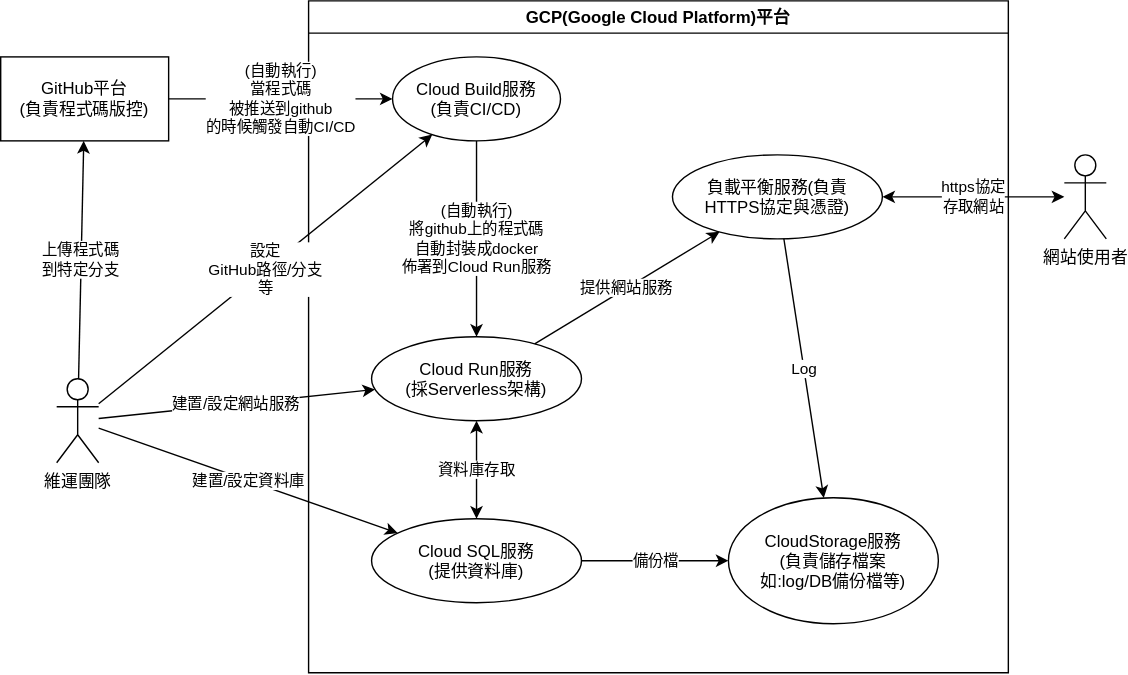
This is GoogleCloud平台相關/GCP平台架構圖.svg from ww90053/tech-notes, a draw.io export, as it was before one commit. Source tidied: cells renumbered, new cells last; positions are measured from the earlier drawing's top-left corner, leaving out a move shared by most shapes.
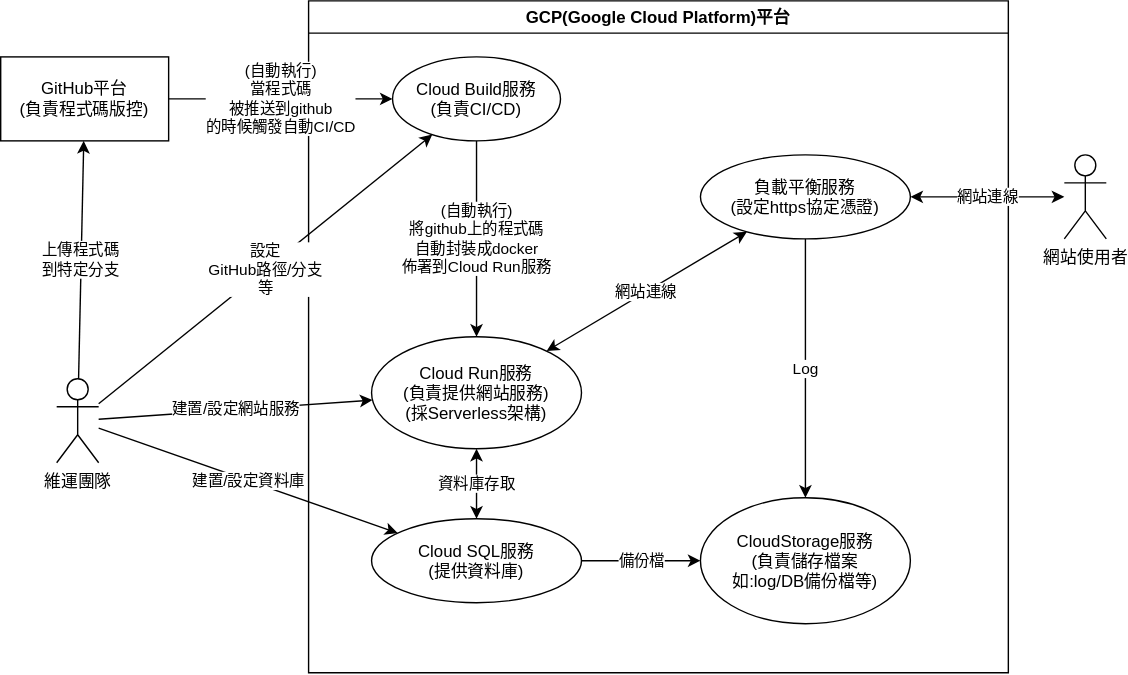
After the change.

Commit message:
GoogleCloud平台相關/GCP平台架構圖.svg

Diff of the diagram source:
```diff
@@ -17,18 +17,15 @@
     <mxCell id="6" value="Cloud Build服務(負責CI/CD)" style="ellipse;whiteSpace=wrap;html=1;shapeInside=1;" parent="5" vertex="1">
       <mxGeometry x="60" y="40" width="120" height="60" as="geometry" />
     </mxCell>
-    <mxCell id="7" value="Cloud Run服務&lt;br&gt;(採Serverless架構)" style="ellipse;whiteSpace=wrap;html=1;shapeInside=1;" parent="5" vertex="1">
-      <mxGeometry x="45" y="240" width="150" height="60" as="geometry" />
+    <mxCell id="7" value="Cloud Run服務&lt;br&gt;(負責提供網站服務)&lt;br&gt;(採Serverless架構)" style="ellipse;whiteSpace=wrap;html=1;shapeInside=1;" parent="5" vertex="1">
+      <mxGeometry x="45" y="240" width="150" height="80" as="geometry" />
     </mxCell>
     <mxCell id="8" value="(自動執行)&lt;div&gt;將github上的程式碼&lt;/div&gt;&lt;div&gt;自動封裝成docker&lt;/div&gt;&lt;div&gt;佈署到Cloud Run服務&lt;/div&gt;" style="endArrow=classic;html=1;rounded=0;" parent="5" edge="1" source="6" target="7">
       <mxGeometry relative="1" as="geometry" />
     </mxCell>
-    <mxCell id="9" value="負載平衡服務(負責HTTPS協定與憑證)" style="ellipse;whiteSpace=wrap;html=1;shapeInside=1;" parent="5" vertex="1">
-      <mxGeometry x="260" y="110" width="150" height="60" as="geometry" />
+    <mxCell id="9" value="負載平衡服務&lt;br&gt;(設定https協定憑證)" style="ellipse;whiteSpace=wrap;html=1;shapeInside=1;" parent="5" vertex="1">
+      <mxGeometry x="280" y="110" width="150" height="60" as="geometry" />
     </mxCell>
-    <mxCell id="10" value="提供網站服務" style="endArrow=classic;html=1;rounded=0;" parent="5" edge="1" source="7" target="9">
-      <mxGeometry relative="1" as="geometry" />
-    </mxCell>
     <mxCell id="11" value="Cloud SQL服務&lt;br&gt;(提供資料庫)" style="ellipse;whiteSpace=wrap;html=1;shapeInside=1;" parent="5" vertex="1">
       <mxGeometry x="45" y="370" width="150" height="60" as="geometry" />
     </mxCell>
@@ -36,7 +33,7 @@
       <mxGeometry relative="1" as="geometry" />
     </mxCell>
     <mxCell id="13" value="CloudStorage服務&lt;br&gt;(負責儲存檔案&lt;br&gt;如:log/DB備份檔等)" style="ellipse;whiteSpace=wrap;html=1;shapeInside=1;" parent="5" vertex="1">
-      <mxGeometry x="300" y="355" width="150" height="90" as="geometry" />
+      <mxGeometry x="280" y="355" width="150" height="90" as="geometry" />
     </mxCell>
     <mxCell id="14" value="備份檔" style="endArrow=classic;html=1;rounded=0;" parent="5" edge="1" source="11" target="13">
       <mxGeometry relative="1" as="geometry" />
@@ -44,6 +41,9 @@
     <mxCell id="15" value="Log" style="endArrow=classic;html=1;rounded=0;" parent="5" edge="1" source="9" target="13">
       <mxGeometry relative="1" as="geometry" />
     </mxCell>
+    <mxCell id="10" value="網站連線" style="endArrow=classic;startArrow=classic;html=1;rounded=0;" parent="5" edge="1" source="7" target="9">
+      <mxGeometry relative="1" as="geometry" />
+    </mxCell>
     <mxCell id="16" value="&lt;div&gt;&lt;span style=&quot;background-color: light-dark(#ffffff, var(--ge-dark-color, #121212)); color: light-dark(rgb(0, 0, 0), rgb(255, 255, 255));&quot;&gt;上傳程式碼&lt;/span&gt;&lt;/div&gt;&lt;div&gt;到特定分支&lt;/div&gt;" style="endArrow=classic;html=1;rounded=0;" parent="1" edge="1" source="3" target="4">
       <mxGeometry relative="1" as="geometry" />
     </mxCell>
@@ -53,7 +53,7 @@
     <mxCell id="18" value="&lt;div&gt;(自動執行)&lt;/div&gt;當程式碼&lt;div&gt;被推送到github&lt;/div&gt;&lt;div&gt;的時候觸發自動CI/CD&lt;/div&gt;" style="endArrow=classic;html=1;rounded=0;" parent="1" edge="1" source="4" target="6">
       <mxGeometry relative="1" as="geometry" />
     </mxCell>
-    <mxCell id="19" value="https協定&lt;div&gt;存取網站&lt;/div&gt;" style="endArrow=classic;startArrow=classic;html=1;rounded=0;" parent="1" edge="1" source="9" target="2">
+    <mxCell id="19" value="網站連線" style="endArrow=classic;startArrow=classic;html=1;rounded=0;" parent="1" edge="1" source="9" target="2">
       <mxGeometry relative="1" as="geometry" />
     </mxCell>
     <mxCell id="20" value="建置/設定網站服務" style="endArrow=classic;html=1;rounded=0;" parent="1" edge="1" source="3" target="7">
```
